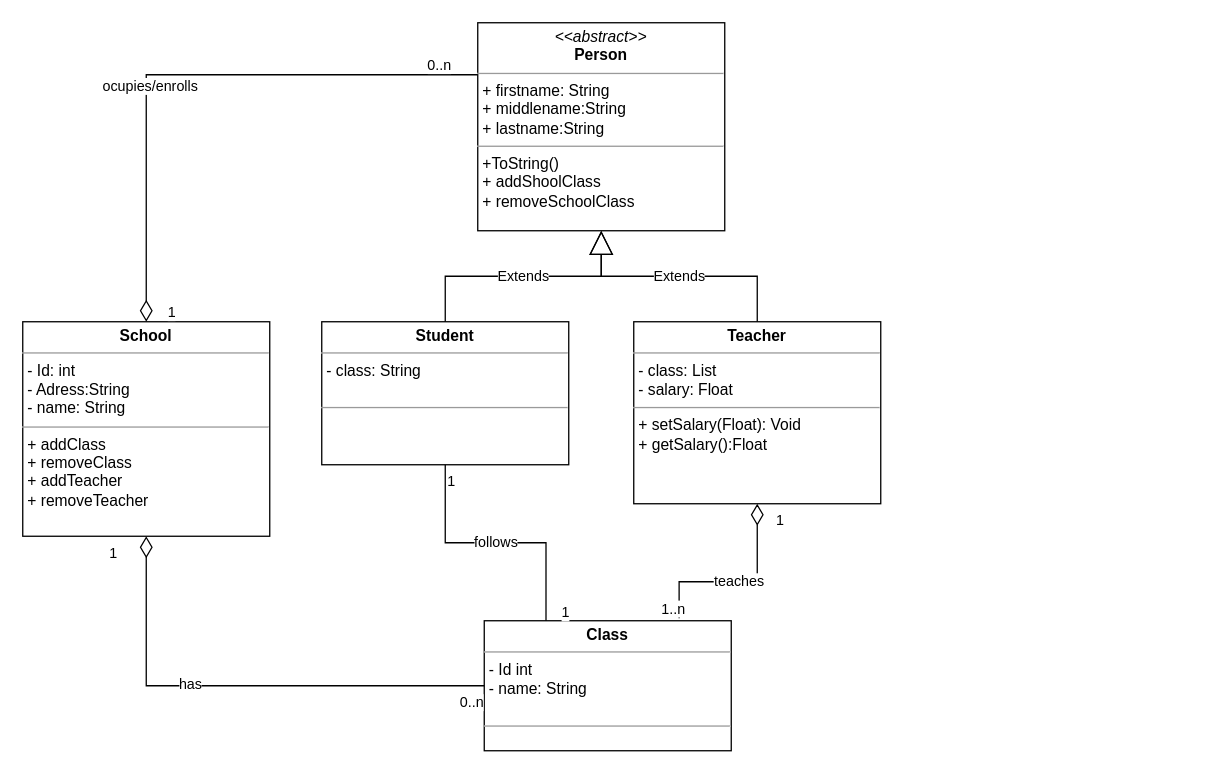
This is A School Class Diagram.drawio from Flakvard/TestingModelClass, a draw.io file, before an edit. Source tidied: cells renumbered, new cells numbered last; positions are measured from the earlier drawing's top-left corner, leaving out a move shared by most shapes. Both pictures are drawn from the tidied source at 130%, with x=0, y=0 at pixel (22, 22).
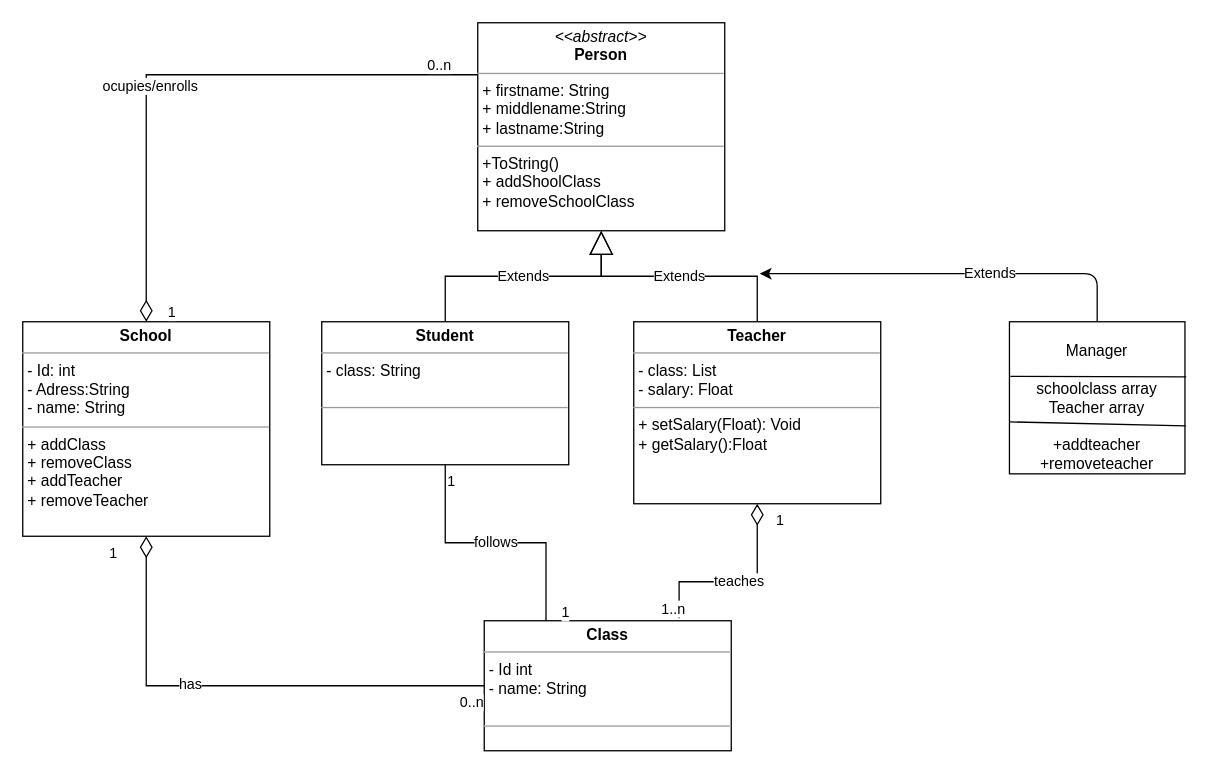
The same diagram, later.

The edit, as a diff of the source:
```diff
@@
+    <mxCell id="24" value="&lt;br&gt;Manager&lt;br&gt;&lt;br&gt;schoolclass array&lt;br&gt;Teacher array&lt;br&gt;&lt;br&gt;+addteacher&lt;br&gt;+removeteacher" style="rounded=0;whiteSpace=wrap;html=1;" parent="1" vertex="1">
+      <mxGeometry x="759" y="230" width="135" height="117" as="geometry" />
+    </mxCell>
+    <mxCell id="25" style="endArrow=none;html=1;entryX=1.007;entryY=0.362;entryDx=0;entryDy=0;entryPerimeter=0;exitX=0.005;exitY=0.359;exitDx=0;exitDy=0;exitPerimeter=0;" parent="1" edge="1" source="24" target="24">
+      <mxGeometry relative="1" as="geometry" />
+    </mxCell>
+    <mxCell id="26" style="edgeStyle=elbowEdgeStyle;elbow=vertical;endArrow=classic;html=1;" parent="1" edge="1" source="24">
+      <mxGeometry relative="1" as="geometry">
+        <mxPoint x="567" y="193" as="targetPoint" />
+        <Array as="points">
+          <mxPoint x="664" y="193" />
+        </Array>
+      </mxGeometry>
+    </mxCell>
+    <mxCell id="27" value="Extends" style="edgeLabel;html=1;align=center;verticalAlign=middle;" parent="26" vertex="1">
+      <mxGeometry x="-0.19" y="-1" relative="1" as="geometry" />
+    </mxCell>
+    <mxCell id="28" style="endArrow=none;html=1;exitX=1.005;exitY=0.684;exitDx=0;exitDy=0;exitPerimeter=0;" parent="1" edge="1" source="24">
+      <mxGeometry relative="1" as="geometry">
+        <mxPoint x="759" y="307" as="targetPoint" />
+      </mxGeometry>
+    </mxCell>
```
